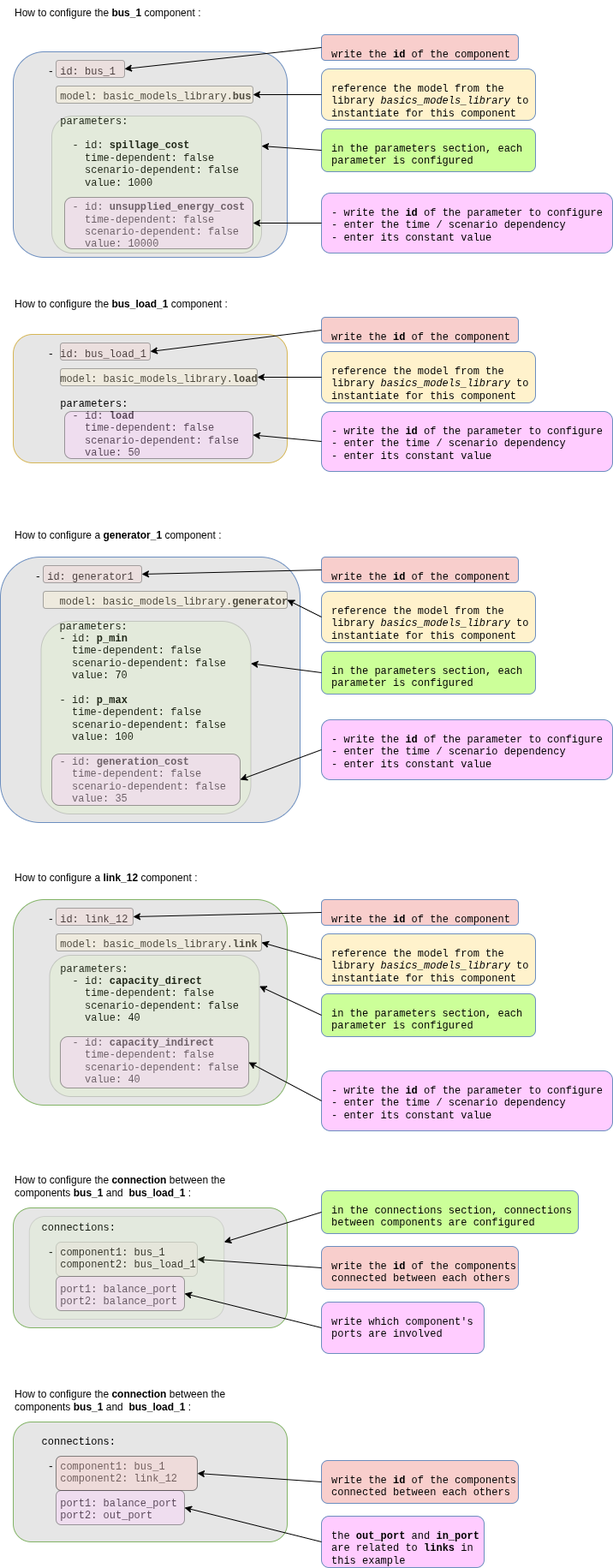
Earlier version of the draw.io export doc/assets/2_QSE_Adequacy_system.png (AntaresSimulatorTeam/GEMS). Source tidied: cells renumbered, new cells last; positions are measured from the earlier drawing's top-left corner, leaving out a move shared by most shapes.
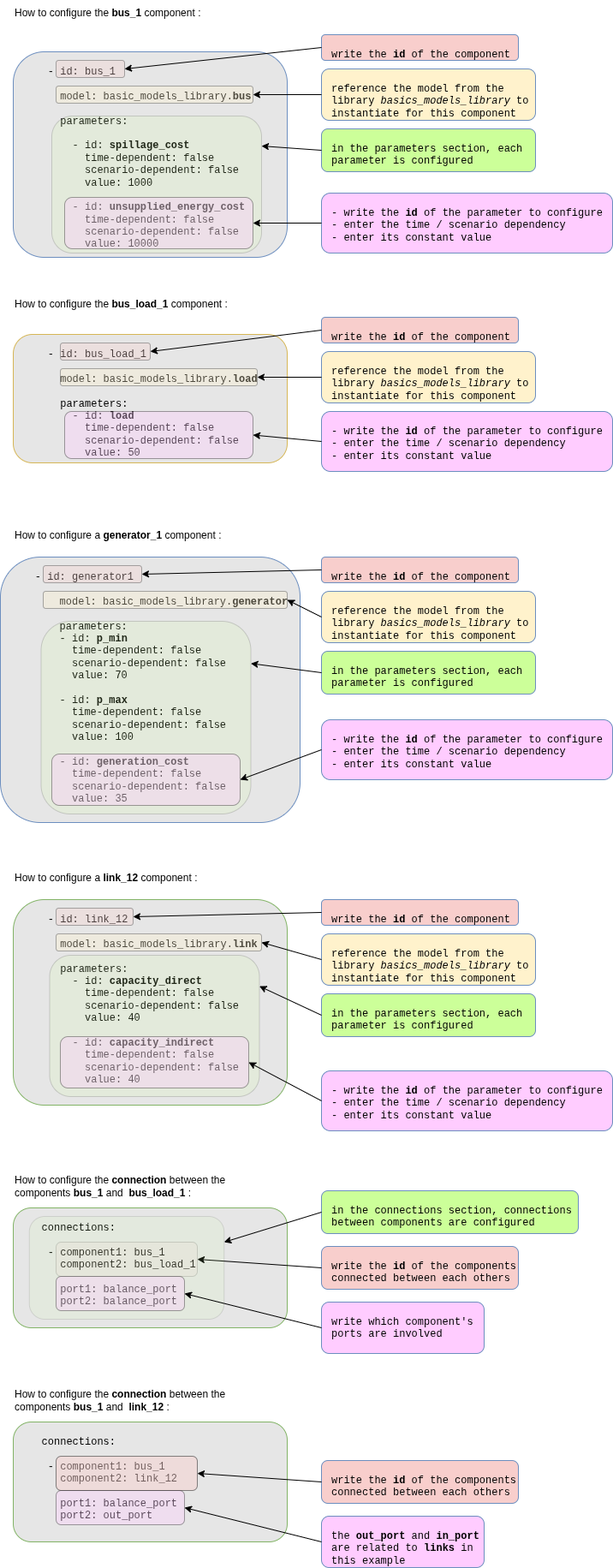
Above is the later version.

Diff of the diagram source:
```diff
@@ -215,7 +215,7 @@
     <mxCell id="72" style="endArrow=classic;html=1;rounded=0;exitX=0;exitY=0.5;exitDx=0;exitDy=0;entryX=1;entryY=0.5;entryDx=0;entryDy=0;" parent="1" edge="1" source="70" target="71">
       <mxGeometry relative="1" as="geometry" />
     </mxCell>
-    <mxCell id="73" value="How to configure the &lt;b&gt;connection&lt;/b&gt;&amp;nbsp;between the components &lt;b&gt;bus_1 &lt;/b&gt;and&amp;nbsp;&lt;b&gt;&amp;nbsp;bus_load_1&amp;nbsp;&lt;/b&gt;:" style="text;html=1;whiteSpace=wrap;strokeColor=none;fillColor=none;align=left;verticalAlign=middle;rounded=0;" parent="1" vertex="1">
+    <mxCell id="73" value="How to configure the &lt;b&gt;connection&lt;/b&gt;&amp;nbsp;between the components &lt;b&gt;bus_1 &lt;/b&gt;and&amp;nbsp;&lt;b&gt;&amp;nbsp;link_12&amp;nbsp;&lt;/b&gt;:" style="text;html=1;whiteSpace=wrap;strokeColor=none;fillColor=none;align=left;verticalAlign=middle;rounded=0;" parent="1" vertex="1">
       <mxGeometry x="15" y="1620" width="285" height="30" as="geometry" />
     </mxCell>
   </root>
```
